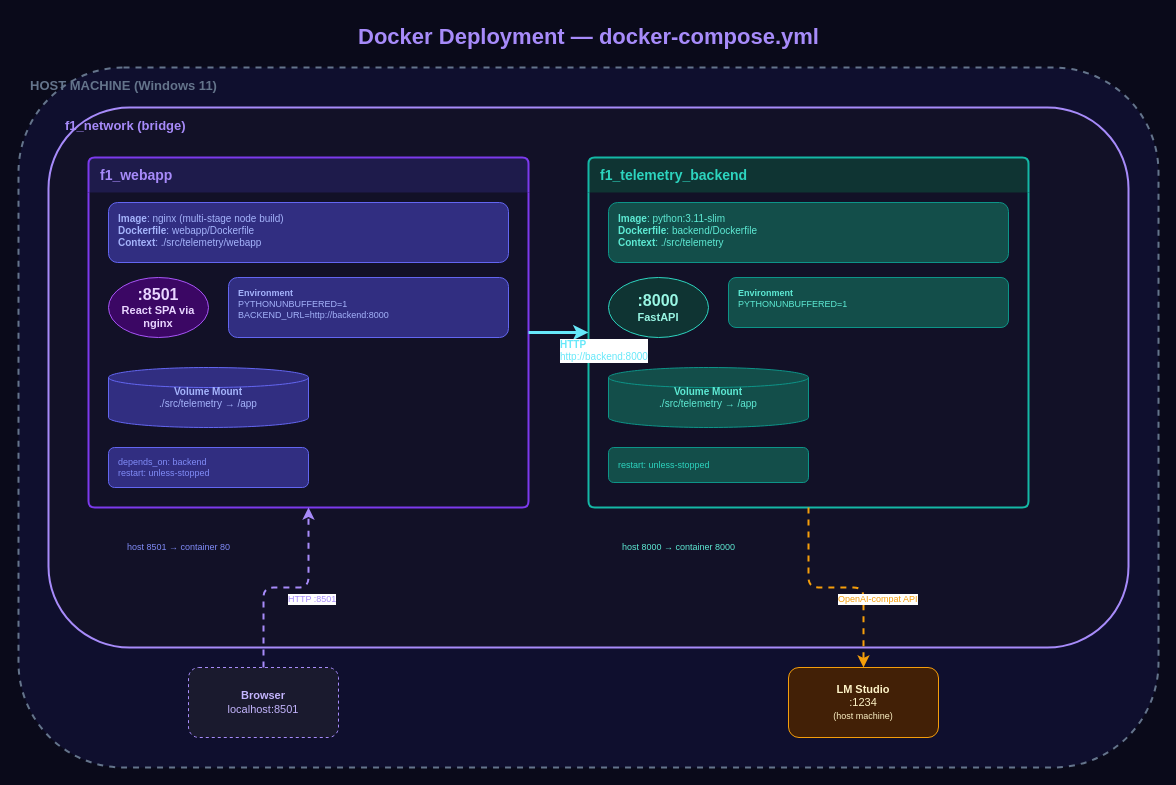
Earlier version of the draw.io diagram documents/dev_docs/diagrams/docker_deployment.drawio (VforVitorio/F1_Strat_Manager). Source tidied: cells renumbered, new cells numbered last; positions are measured from the earlier drawing's top-left corner, leaving out a move shared by most shapes. Both pictures are drawn from the tidied source at 100%, with x=0, y=0 at pixel (18, 17).
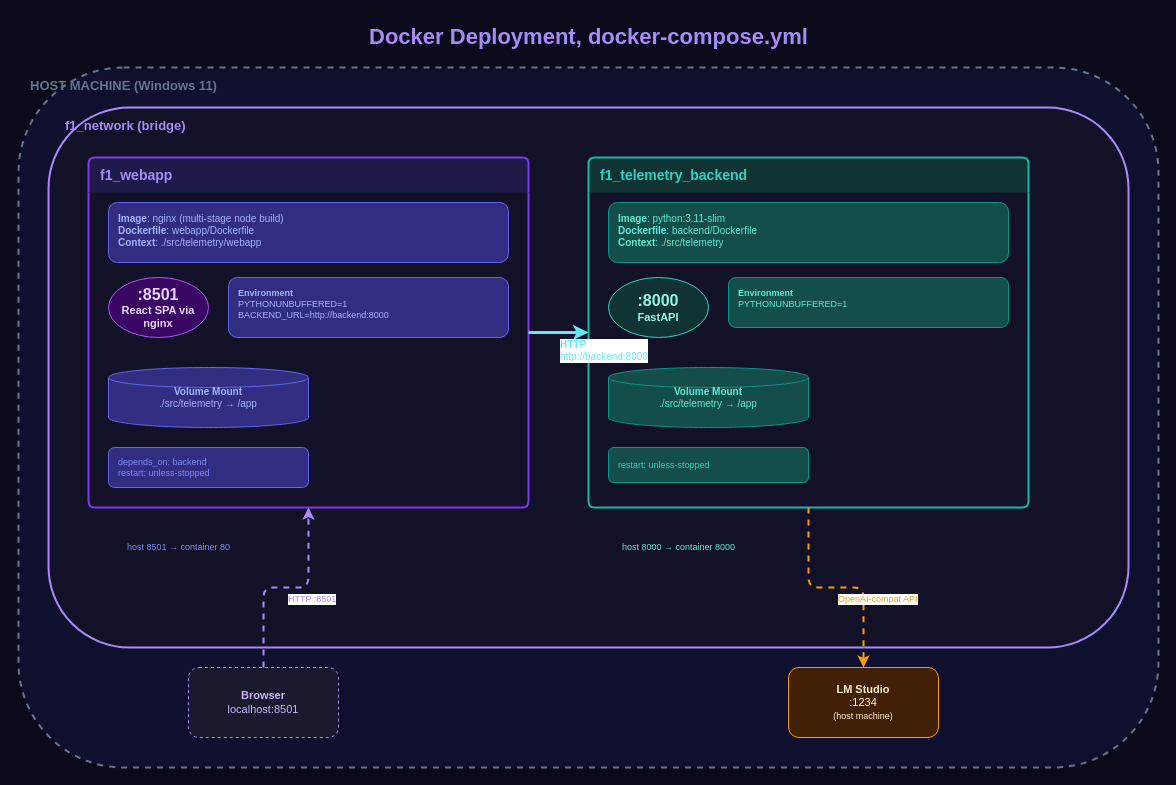
The same page after the edit.

The edit, as a diff of the source:
```diff
@@
-    <mxCell id="2" value="Docker Deployment — docker-compose.yml" style="text;html=1;align=center;verticalAlign=middle;fontSize=22;fontStyle=1;fontColor=#a78bfa;fillColor=none;strokeColor=none;" parent="1" vertex="1">
+    <mxCell id="2" value="Docker Deployment, docker-compose.yml" style="text;html=1;align=center;verticalAlign=middle;fontSize=22;fontStyle=1;fontColor=#a78bfa;fillColor=none;strokeColor=none;" parent="1" vertex="1">
       <mxGeometry x="220" width="700" height="40" as="geometry" />
     </mxCell>
```
